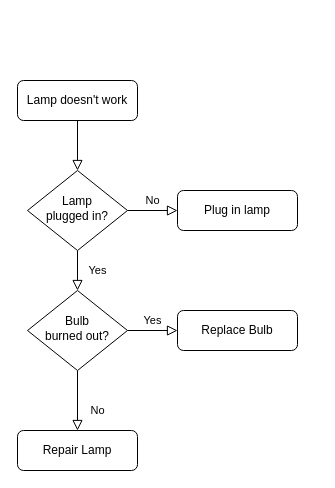
chomskyhonk/tornado keeps this draw.io diagram as tornado.drawio. Above is the earlier version. Source tidied: cells renumbered, new cells numbered last; positions are measured from the earlier drawing's top-left corner, leaving out a move shared by most shapes. Both pictures are drawn from the tidied source at 100%, with x=0, y=0 at pixel (17, 80).
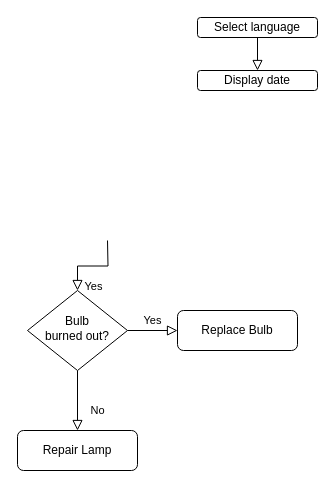
The same diagram, later.

What changed in the source:
```diff
@@
 <mxGraphModel>
   <root>
     <mxCell id="0" />
     <mxCell id="1" parent="0" />
-    <mxCell id="2" style="rounded=0;html=1;jettySize=auto;fontSize=11;endArrow=block;endFill=0;endSize=8;strokeWidth=1;shadow=0;labelBackgroundColor=none;edgeStyle=orthogonalEdgeStyle;" parent="1" edge="1" source="3" target="6">
+    <mxCell id="2" style="rounded=0;html=1;jettySize=auto;fontSize=11;endArrow=block;endFill=0;endSize=8;strokeWidth=1;shadow=0;labelBackgroundColor=none;edgeStyle=orthogonalEdgeStyle;entryX=0.5;entryY=0;entryDx=0;entryDy=0;" parent="1" edge="1" source="3" target="7">
       <mxGeometry relative="1" as="geometry" />
     </mxCell>
-    <mxCell id="3" value="Lamp doesn't work" style="rounded=1;whiteSpace=wrap;html=1;fontSize=12;glass=0;strokeWidth=1;shadow=0;" parent="1" vertex="1">
-      <mxGeometry width="120" height="40" as="geometry" />
+    <mxCell id="3" value="Select language" style="rounded=1;whiteSpace=wrap;html=1;fontSize=12;glass=0;strokeWidth=1;shadow=0;" parent="1" vertex="1">
+      <mxGeometry x="180" y="-63" width="120" height="20" as="geometry" />
     </mxCell>
-    <mxCell id="4" value="Yes" style="rounded=0;html=1;jettySize=auto;fontSize=11;endArrow=block;endFill=0;endSize=8;strokeWidth=1;shadow=0;labelBackgroundColor=none;edgeStyle=orthogonalEdgeStyle;" parent="1" edge="1" source="6" target="10">
-      <mxGeometry y="20" relative="1" as="geometry" />
+    <mxCell id="4" value="Yes" style="rounded=0;html=1;jettySize=auto;fontSize=11;endArrow=block;endFill=0;endSize=8;strokeWidth=1;shadow=0;labelBackgroundColor=none;edgeStyle=orthogonalEdgeStyle;" parent="1" edge="1" target="10">
+      <mxGeometry y="20" relative="1" as="geometry">
+        <mxPoint x="90" y="160" as="sourcePoint" />
+      </mxGeometry>
     </mxCell>
-    <mxCell id="5" value="No" style="edgeStyle=orthogonalEdgeStyle;rounded=0;html=1;jettySize=auto;fontSize=11;endArrow=block;endFill=0;endSize=8;strokeWidth=1;shadow=0;labelBackgroundColor=none;" parent="1" edge="1" source="6" target="7">
-      <mxGeometry y="10" relative="1" as="geometry" />
-    </mxCell>
-    <mxCell id="6" value="Lamp&lt;br&gt;plugged in?" style="rhombus;whiteSpace=wrap;html=1;shadow=0;fontFamily=Helvetica;fontSize=12;align=center;strokeWidth=1;spacing=6;spacingTop=-4;" parent="1" vertex="1">
-      <mxGeometry x="10" y="90" width="100" height="80" as="geometry" />
-    </mxCell>
-    <mxCell id="7" value="Plug in lamp" style="rounded=1;whiteSpace=wrap;html=1;fontSize=12;glass=0;strokeWidth=1;shadow=0;" parent="1" vertex="1">
-      <mxGeometry x="160" y="110" width="120" height="40" as="geometry" />
+    <mxCell id="7" value="&lt;div&gt;Display date&lt;/div&gt;" style="rounded=1;whiteSpace=wrap;html=1;fontSize=12;glass=0;strokeWidth=1;shadow=0;" parent="1" vertex="1">
+      <mxGeometry x="180" y="-10" width="120" height="20" as="geometry" />
     </mxCell>
     <mxCell id="8" value="No" style="rounded=0;html=1;jettySize=auto;fontSize=11;endArrow=block;endFill=0;endSize=8;strokeWidth=1;shadow=0;labelBackgroundColor=none;edgeStyle=orthogonalEdgeStyle;" parent="1" edge="1" source="10" target="11">
       <mxGeometry x="0.33" y="20" relative="1" as="geometry" />
     </mxCell>
     <mxCell id="9" value="Yes" style="edgeStyle=orthogonalEdgeStyle;rounded=0;html=1;jettySize=auto;fontSize=11;endArrow=block;endFill=0;endSize=8;strokeWidth=1;shadow=0;labelBackgroundColor=none;" parent="1" edge="1" source="10" target="12">
       <mxGeometry y="10" relative="1" as="geometry" />
     </mxCell>
     <mxCell id="10" value="Bulb&lt;br&gt;burned out?" style="rhombus;whiteSpace=wrap;html=1;shadow=0;fontFamily=Helvetica;fontSize=12;align=center;strokeWidth=1;spacing=6;spacingTop=-4;" parent="1" vertex="1">
       <mxGeometry x="10" y="210" width="100" height="80" as="geometry" />
     </mxCell>
     <mxCell id="11" value="Repair Lamp" style="rounded=1;whiteSpace=wrap;html=1;fontSize=12;glass=0;strokeWidth=1;shadow=0;" parent="1" vertex="1">
       <mxGeometry y="350" width="120" height="40" as="geometry" />
     </mxCell>
     <mxCell id="12" value="Replace Bulb" style="rounded=1;whiteSpace=wrap;html=1;fontSize=12;glass=0;strokeWidth=1;shadow=0;" parent="1" vertex="1">
       <mxGeometry x="160" y="230" width="120" height="40" as="geometry" />
     </mxCell>
   </root>
 </mxGraphModel>
```
